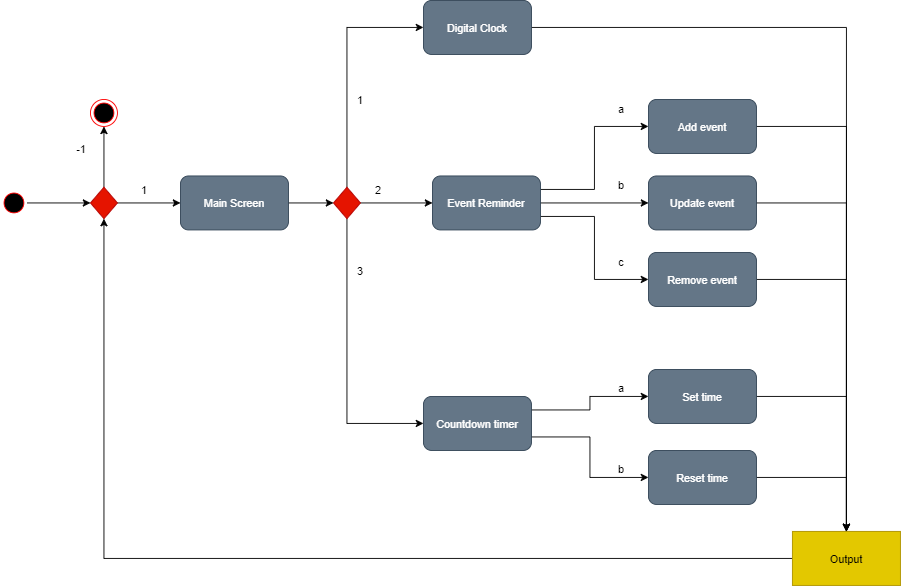
HritujWadyalkar/STEPin_MiniProject keeps this draw.io diagram as 2_Design/statediagram.png. Above is the earlier version. Source tidied: cells renumbered, new cells last; positions are measured from the earlier drawing's top-left corner, leaving out a move shared by most shapes.
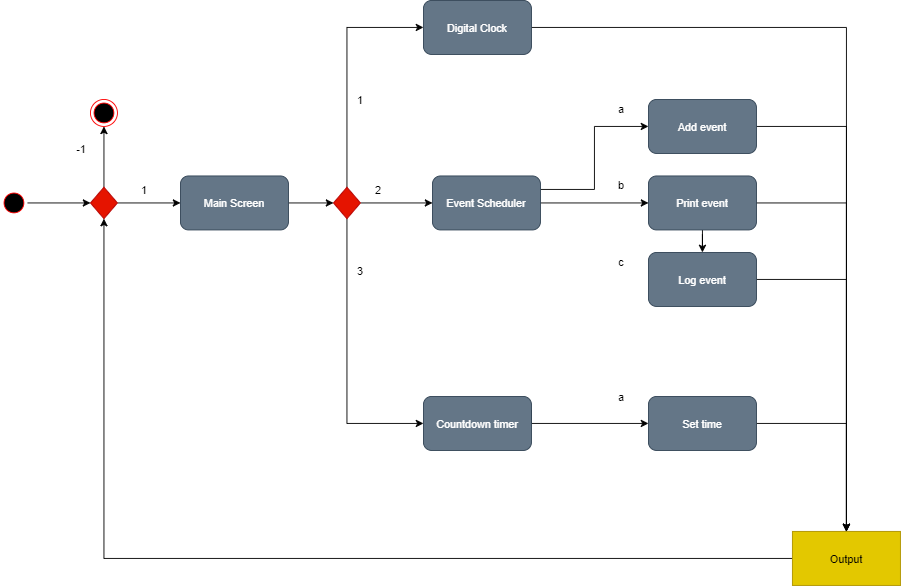
Above is the later version.

Change to the diagram source:
```diff
@@ -38,18 +38,16 @@
     <mxCell id="13" style="edgeStyle=orthogonalEdgeStyle;rounded=0;jettySize=auto;html=1;entryX=0;entryY=0.5;entryDx=0;entryDy=0;" parent="1" edge="1" source="15" target="26">
       <mxGeometry relative="1" as="geometry" />
     </mxCell>
-    <mxCell id="14" style="edgeStyle=orthogonalEdgeStyle;rounded=0;jettySize=auto;html=1;exitX=1;exitY=0.75;exitDx=0;exitDy=0;entryX=0;entryY=0.5;entryDx=0;entryDy=0;" parent="1" edge="1" source="15" target="28">
-      <mxGeometry relative="1" as="geometry" />
-    </mxCell>
-    <mxCell id="15" value="Event Reminder" style="rounded=1;whiteSpace=wrap;html=1;fillColor=#647687;strokeColor=#314354;fontColor=#ffffff;" parent="1" vertex="1">
+    <mxCell id="15" value="Event Scheduler" style="rounded=1;whiteSpace=wrap;html=1;fillColor=#647687;strokeColor=#314354;fontColor=#ffffff;" parent="1" vertex="1">
       <mxGeometry x="480" y="195" width="120" height="60" as="geometry" />
     </mxCell>
     <mxCell id="16" style="edgeStyle=orthogonalEdgeStyle;rounded=0;jettySize=auto;html=1;exitX=1;exitY=0.25;exitDx=0;exitDy=0;entryX=0;entryY=0.5;entryDx=0;entryDy=0;" parent="1" edge="1" source="18" target="30">
-      <mxGeometry relative="1" as="geometry" />
+      <mxGeometry relative="1" as="geometry">
+        <Array as="points">
+          <mxPoint x="590" y="470" />
+        </Array>
+      </mxGeometry>
     </mxCell>
-    <mxCell id="17" style="edgeStyle=orthogonalEdgeStyle;rounded=0;jettySize=auto;html=1;exitX=1;exitY=0.75;exitDx=0;exitDy=0;entryX=0;entryY=0.5;entryDx=0;entryDy=0;" parent="1" edge="1" source="18" target="32">
-      <mxGeometry relative="1" as="geometry" />
-    </mxCell>
     <mxCell id="18" value="Countdown timer" style="rounded=1;whiteSpace=wrap;html=1;fillColor=#647687;strokeColor=#314354;fontColor=#ffffff;" parent="1" vertex="1">
       <mxGeometry x="470" y="440" width="120" height="60" as="geometry" />
     </mxCell>
@@ -80,29 +78,24 @@
         <mxPoint x="940" y="630" as="targetPoint" />
       </mxGeometry>
     </mxCell>
+    <mxCell id="45" style="edgeStyle=orthogonalEdgeStyle;rounded=0;jettySize=auto;html=1;" parent="1" edge="1" source="26" target="28">
+      <mxGeometry relative="1" as="geometry" />
+    </mxCell>
-    <mxCell id="26" value="Update event" style="rounded=1;whiteSpace=wrap;html=1;fillColor=#647687;strokeColor=#314354;fontColor=#ffffff;" parent="1" vertex="1">
+    <mxCell id="26" value="Print event" style="rounded=1;whiteSpace=wrap;html=1;fillColor=#647687;strokeColor=#314354;fontColor=#ffffff;" parent="1" vertex="1">
       <mxGeometry x="720" y="195" width="120" height="60" as="geometry" />
     </mxCell>
     <mxCell id="27" style="edgeStyle=orthogonalEdgeStyle;rounded=0;jettySize=auto;html=1;entryX=0.5;entryY=0;entryDx=0;entryDy=0;" parent="1" edge="1" source="28" target="34">
       <mxGeometry relative="1" as="geometry" />
     </mxCell>
-    <mxCell id="28" value="Remove event" style="rounded=1;whiteSpace=wrap;html=1;fillColor=#647687;strokeColor=#314354;fontColor=#ffffff;" parent="1" vertex="1">
+    <mxCell id="28" value="Log event" style="rounded=1;whiteSpace=wrap;html=1;fillColor=#647687;strokeColor=#314354;fontColor=#ffffff;" parent="1" vertex="1">
       <mxGeometry x="720" y="280" width="120" height="60" as="geometry" />
     </mxCell>
     <mxCell id="29" style="edgeStyle=orthogonalEdgeStyle;rounded=0;jettySize=auto;html=1;exitX=1;exitY=0.5;exitDx=0;exitDy=0;entryX=0.5;entryY=0;entryDx=0;entryDy=0;" parent="1" edge="1" source="30" target="34">
       <mxGeometry relative="1" as="geometry" />
     </mxCell>
     <mxCell id="30" value="Set time" style="rounded=1;whiteSpace=wrap;html=1;fillColor=#647687;strokeColor=#314354;fontColor=#ffffff;" parent="1" vertex="1">
-      <mxGeometry x="720" y="410" width="120" height="60" as="geometry" />
+      <mxGeometry x="720" y="440" width="120" height="60" as="geometry" />
     </mxCell>
-    <mxCell id="31" style="edgeStyle=orthogonalEdgeStyle;rounded=0;jettySize=auto;html=1;" parent="1" edge="1" source="32">
-      <mxGeometry relative="1" as="geometry">
-        <mxPoint x="940" y="630" as="targetPoint" />
-      </mxGeometry>
-    </mxCell>
-    <mxCell id="32" value="Reset time" style="rounded=1;whiteSpace=wrap;html=1;fillColor=#647687;strokeColor=#314354;fontColor=#ffffff;" parent="1" vertex="1">
-      <mxGeometry x="720" y="500" width="120" height="60" as="geometry" />
-    </mxCell>
     <mxCell id="33" style="edgeStyle=orthogonalEdgeStyle;rounded=0;jettySize=auto;html=1;exitX=0;exitY=0.5;exitDx=0;exitDy=0;entryX=0.5;entryY=1;entryDx=0;entryDy=0;" parent="1" edge="1" source="34" target="6">
       <mxGeometry relative="1" as="geometry" />
     </mxCell>
@@ -131,11 +124,8 @@
       <mxGeometry x="670" y="280" width="40" height="20" as="geometry" />
     </mxCell>
     <mxCell id="42" value="a" style="text;html=1;strokeColor=none;fillColor=none;align=center;verticalAlign=middle;whiteSpace=wrap;rounded=0;" parent="1" vertex="1">
-      <mxGeometry x="670" y="420" width="40" height="20" as="geometry" />
+      <mxGeometry x="670" y="430" width="40" height="20" as="geometry" />
     </mxCell>
-    <mxCell id="43" value="b" style="text;html=1;strokeColor=none;fillColor=none;align=center;verticalAlign=middle;whiteSpace=wrap;rounded=0;" parent="1" vertex="1">
-      <mxGeometry x="670" y="510" width="40" height="20" as="geometry" />
-    </mxCell>
     <mxCell id="44" value="1" style="text;html=1;strokeColor=none;fillColor=none;align=center;verticalAlign=middle;whiteSpace=wrap;rounded=0;" parent="1" vertex="1">
       <mxGeometry x="140" y="200" width="40" height="20" as="geometry" />
     </mxCell>
```
